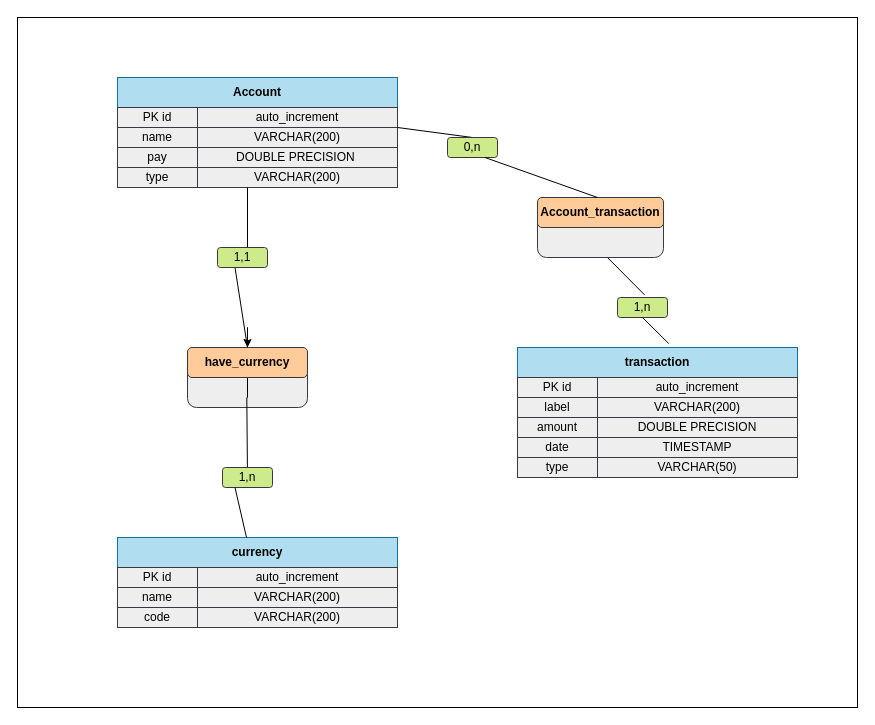
This is DB/MCD.drawio from Tiana-Finaritra/Wallet-H2, a draw.io file, before an edit. Source tidied: cells renumbered, new cells numbered last; positions are measured from the earlier drawing's top-left corner, leaving out a move shared by most shapes. Both pictures are drawn from the tidied source at 100%, with x=0, y=0 at pixel (17, 17).
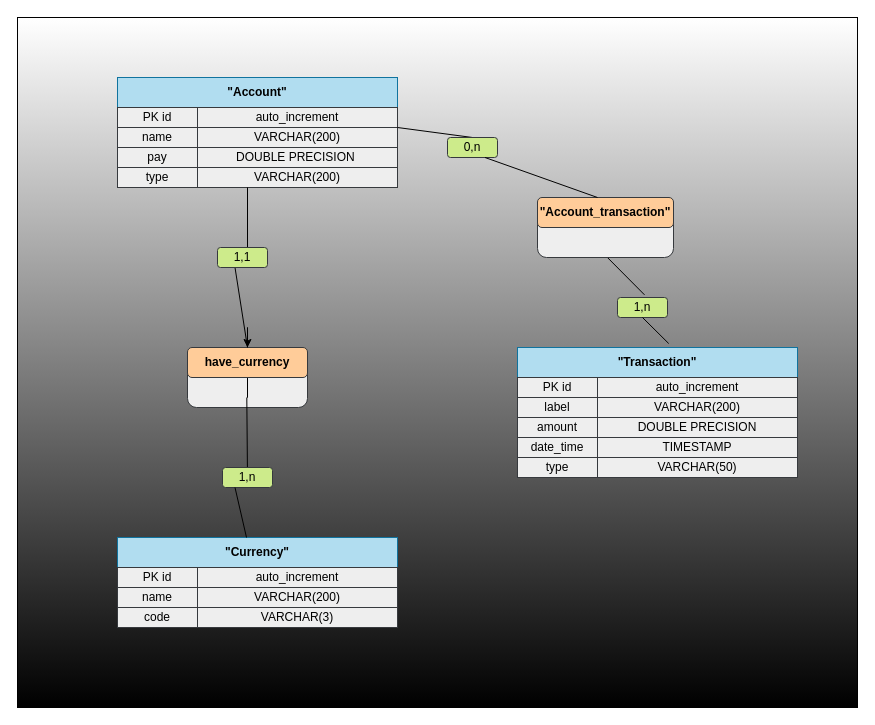
The same diagram, later.

The edit, as a diff of the source:
```diff
@@
-    <mxCell id="2" style="rounded=0;whiteSpace=wrap;html=1;fontColor=#000000;" parent="1" vertex="1">
+    <mxCell id="2" style="rounded=0;whiteSpace=wrap;html=1;fontColor=#000000;gradientColor=default;" parent="1" vertex="1">
       <mxGeometry width="840" height="690" as="geometry" />
     </mxCell>
@@
-    <mxCell id="4" value="&lt;font color=&quot;#000000&quot;&gt;&lt;b&gt;Account&lt;/b&gt;&lt;/font&gt;" style="rounded=0;whiteSpace=wrap;html=1;fillColor=#b1ddf0;strokeColor=#10739e;" parent="1" vertex="1">
+    <mxCell id="4" value="&lt;font color=&quot;#000000&quot;&gt;&lt;b&gt;&quot;Account&quot;&lt;/b&gt;&lt;/font&gt;" style="rounded=0;whiteSpace=wrap;html=1;fillColor=#b1ddf0;strokeColor=#10739e;" parent="1" vertex="1">
       <mxGeometry x="100" y="60" width="280" height="30" as="geometry" />
     </mxCell>
@@
-    <mxCell id="15" value="&lt;font color=&quot;#000000&quot;&gt;&lt;b&gt;currency&lt;/b&gt;&lt;/font&gt;" style="rounded=0;whiteSpace=wrap;html=1;fillColor=#b1ddf0;strokeColor=#10739e;" parent="1" vertex="1">
+    <mxCell id="15" value="&lt;font color=&quot;#000000&quot;&gt;&lt;b&gt;&quot;Currency&quot;&lt;/b&gt;&lt;/font&gt;" style="rounded=0;whiteSpace=wrap;html=1;fillColor=#b1ddf0;strokeColor=#10739e;" parent="1" vertex="1">
       <mxGeometry x="100" y="520" width="280" height="30" as="geometry" />
     </mxCell>
@@
-    <mxCell id="21" value="&lt;font color=&quot;#000000&quot;&gt;VARCHAR(200)&lt;/font&gt;" style="rounded=0;whiteSpace=wrap;html=1;fillColor=#eeeeee;strokeColor=#36393d;" parent="1" vertex="1">
+    <mxCell id="21" value="&lt;font color=&quot;#000000&quot;&gt;VARCHAR(3)&lt;/font&gt;" style="rounded=0;whiteSpace=wrap;html=1;fillColor=#eeeeee;strokeColor=#36393d;" parent="1" vertex="1">
       <mxGeometry x="180" y="590" width="200" height="20" as="geometry" />
     </mxCell>
@@
-    <mxCell id="24" value="&lt;font color=&quot;#000000&quot;&gt;&lt;b&gt;transaction&lt;/b&gt;&lt;/font&gt;" style="rounded=0;whiteSpace=wrap;html=1;fillColor=#b1ddf0;strokeColor=#10739e;" parent="1" vertex="1">
+    <mxCell id="24" value="&lt;font color=&quot;#000000&quot;&gt;&lt;b&gt;&quot;Transaction&quot;&lt;/b&gt;&lt;/font&gt;" style="rounded=0;whiteSpace=wrap;html=1;fillColor=#b1ddf0;strokeColor=#10739e;" parent="1" vertex="1">
       <mxGeometry x="500" y="330" width="280" height="30" as="geometry" />
     </mxCell>
@@
-    <mxCell id="32" value="&lt;font color=&quot;#000000&quot;&gt;date&lt;/font&gt;" style="rounded=0;whiteSpace=wrap;html=1;fillColor=#eeeeee;strokeColor=#36393d;" parent="1" vertex="1">
+    <mxCell id="32" value="&lt;font color=&quot;#000000&quot;&gt;date_time&lt;/font&gt;" style="rounded=0;whiteSpace=wrap;html=1;fillColor=#eeeeee;strokeColor=#36393d;" parent="1" vertex="1">
       <mxGeometry x="500" y="420" width="80" height="20" as="geometry" />
     </mxCell>
@@
     <mxCell id="43" style="rounded=1;whiteSpace=wrap;html=1;fillColor=#eeeeee;strokeColor=#36393d;" parent="1" vertex="1">
-      <mxGeometry x="520" y="180" width="126" height="60" as="geometry" />
+      <mxGeometry x="520" y="180" width="136" height="60" as="geometry" />
     </mxCell>
-    <mxCell id="44" value="&lt;font color=&quot;#000000&quot;&gt;&lt;b&gt;Account_transaction&lt;/b&gt;&lt;/font&gt;" style="rounded=1;whiteSpace=wrap;html=1;fillColor=#ffcc99;strokeColor=#36393d;" parent="1" vertex="1">
-      <mxGeometry x="520" y="180" width="126" height="30" as="geometry" />
+    <mxCell id="44" value="&lt;font color=&quot;#000000&quot;&gt;&lt;b&gt;&quot;Account_transaction&quot;&lt;/b&gt;&lt;/font&gt;" style="rounded=1;whiteSpace=wrap;html=1;fillColor=#ffcc99;strokeColor=#36393d;" parent="1" vertex="1">
+      <mxGeometry x="520" y="180" width="136" height="30" as="geometry" />
     </mxCell>
```
